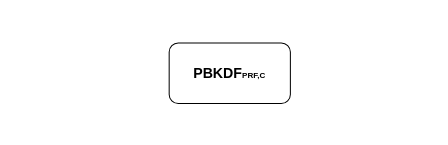
Above: demo1.drawio in MasterFlomaster1/jfxc-images (draw.io), before the change. Source tidied: cells renumbered, new cells numbered last; positions are measured from the earlier drawing's top-left corner, leaving out a move shared by most shapes. Both pictures are drawn from the tidied source at 101%, with x=0, y=0 at pixel (169, 42).
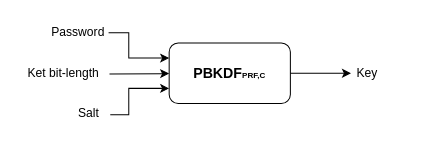
Above is the later version.

Diff of the diagram source:
```diff
@@
 <mxGraphModel>
   <root>
     <mxCell id="0" />
     <mxCell id="1" parent="0" />
     <mxCell id="2" value="&lt;h3&gt;PBKDF&lt;font style=&quot;font-size: 8px;&quot;&gt;PRF,C&lt;/font&gt;&lt;/h3&gt;" style="rounded=1;whiteSpace=wrap;html=1;" parent="1" vertex="1">
       <mxGeometry width="120" height="60" as="geometry" />
     </mxCell>
+    <mxCell id="3" value="Password" style="text;html=1;align=center;verticalAlign=middle;whiteSpace=wrap;rounded=0;" parent="1" vertex="1">
+      <mxGeometry x="-120" y="-25" width="60" height="30" as="geometry" />
+    </mxCell>
+    <mxCell id="4" value="Ket bit-length" style="text;html=1;align=center;verticalAlign=middle;points=[];strokeColor=none;fillColor=none;" parent="1" vertex="1">
+      <mxGeometry x="-150" y="15" width="90" height="30" as="geometry" />
+    </mxCell>
+    <mxCell id="5" value="Salt" style="text;html=1;align=center;verticalAlign=middle;points=[];strokeColor=none;fillColor=none;" parent="1" vertex="1">
+      <mxGeometry x="-100" y="55" width="40" height="30" as="geometry" />
+    </mxCell>
+    <mxCell id="6" style="endArrow=classic;html=1;rounded=0;exitX=1;exitY=0.5;exitDx=0;exitDy=0;entryX=0;entryY=0.25;entryDx=0;entryDy=0;" parent="1" edge="1" source="3" target="2">
+      <mxGeometry relative="1" as="geometry">
+        <Array as="points">
+          <mxPoint x="-40" y="-10" />
+          <mxPoint x="-40" y="15" />
+        </Array>
+      </mxGeometry>
+    </mxCell>
+    <mxCell id="7" style="endArrow=classic;html=1;rounded=0;exitX=1.042;exitY=0.539;exitDx=0;exitDy=0;exitPerimeter=0;entryX=0;entryY=0.75;entryDx=0;entryDy=0;" parent="1" edge="1" source="5" target="2">
+      <mxGeometry relative="1" as="geometry">
+        <Array as="points">
+          <mxPoint x="-40" y="71" />
+          <mxPoint x="-40" y="45" />
+        </Array>
+      </mxGeometry>
+    </mxCell>
+    <mxCell id="8" style="endArrow=classic;html=1;rounded=0;exitX=1.01;exitY=0.525;exitDx=0;exitDy=0;exitPerimeter=0;" parent="1" edge="1" source="4" target="2">
+      <mxGeometry relative="1" as="geometry" />
+    </mxCell>
+    <mxCell id="9" value="Key" style="text;strokeColor=none;fillColor=none;align=left;verticalAlign=middle;spacingLeft=4;spacingRight=4;overflow=hidden;points=[[0,0.5],[1,0.5]];portConstraint=eastwest;whiteSpace=wrap;html=1;" parent="1" vertex="1">
+      <mxGeometry x="180" y="15" width="80" height="30" as="geometry" />
+    </mxCell>
+    <mxCell id="10" style="endArrow=classic;html=1;rounded=0;exitX=1;exitY=0.5;exitDx=0;exitDy=0;" parent="1" edge="1" source="2" target="9">
+      <mxGeometry relative="1" as="geometry" />
+    </mxCell>
   </root>
 </mxGraphModel>
```
